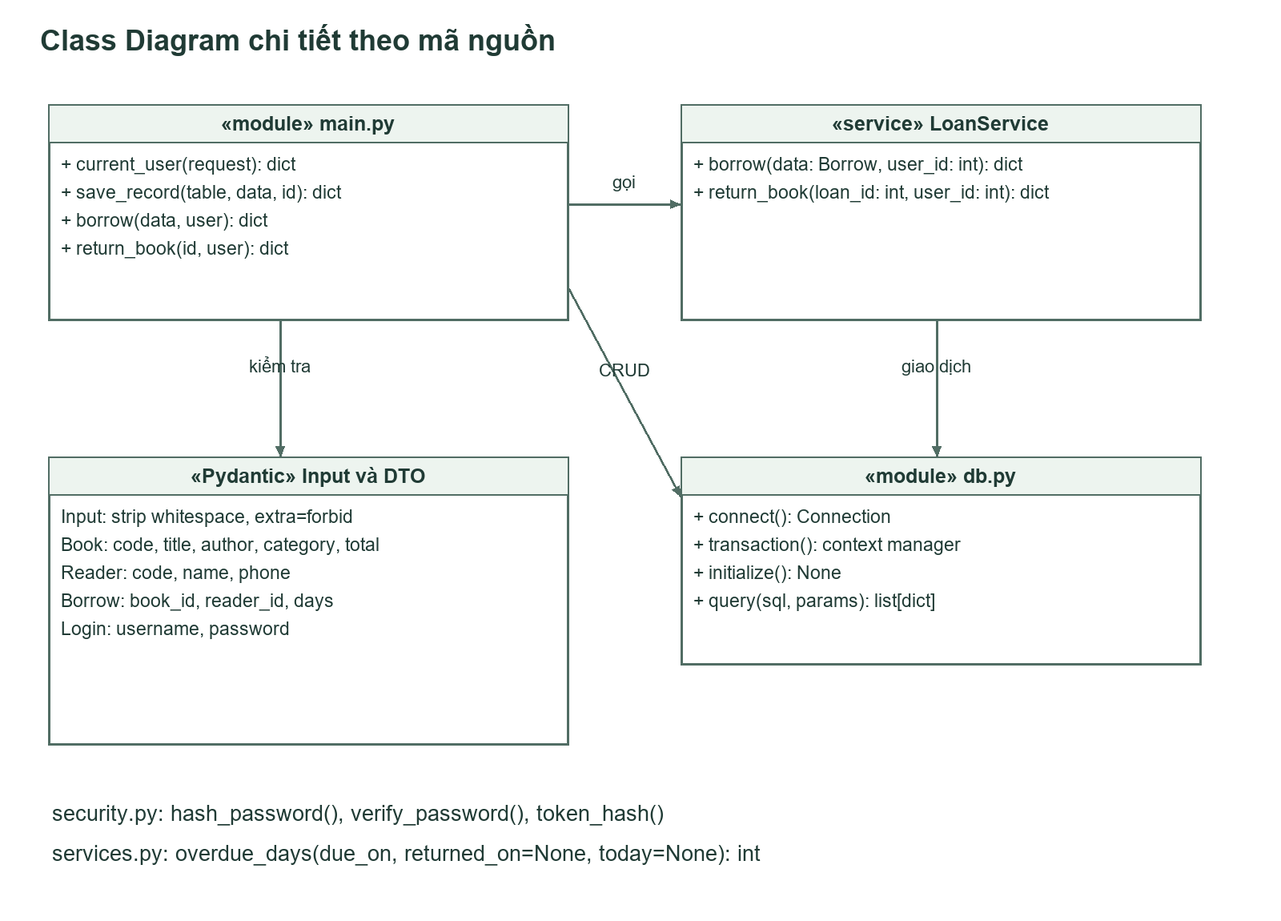
Before: docs/uml/06_design_class.png, a diagram exported from PlantUML (khoiln218/ThuVienMini). Its source is kept beside it as docs/uml/06_design_class.puml. Source of this version:
```plantuml
@startuml
skinparam defaultFontName Arial
skinparam shadowing false
class Main <<module>> {
 +current_user(request): dict
 +save_record(table, data, record_id): dict
 +borrow(data, user): dict
 +return_book(loan_id, user): dict
}
class LoanService {
 {static} +borrow(data: Borrow, user_id: int): dict
 {static} +return_book(loan_id: int, user_id: int): dict
}
class DB <<module>> {
 +connect(): Connection
 +transaction(): contextmanager
 +initialize(): None
 +query(sql, params): list
}
class Input {
 str_strip_whitespace = true
 extra = forbid
}
class Book {
 code: str[1..30]
 title: str[1..200]
 author: str[1..100]
 category: str[1..60]
 total: int[0..999]
}
class Reader {
 code: str[1..30]
 name: str[1..100]
 phone: str[0..20]
}
class Borrow {
 book_id: int > 0
 reader_id: int > 0
 days: int[1..30]
}
class Login {
 username: str
 password: str
}
Input <|-- Book
Input <|-- Reader
Input <|-- Borrow
Input <|-- Login
Main ..> LoanService
Main ..> Input
Main ..> DB
LoanService ..> DB
LoanService ..> Borrow
@enduml
```
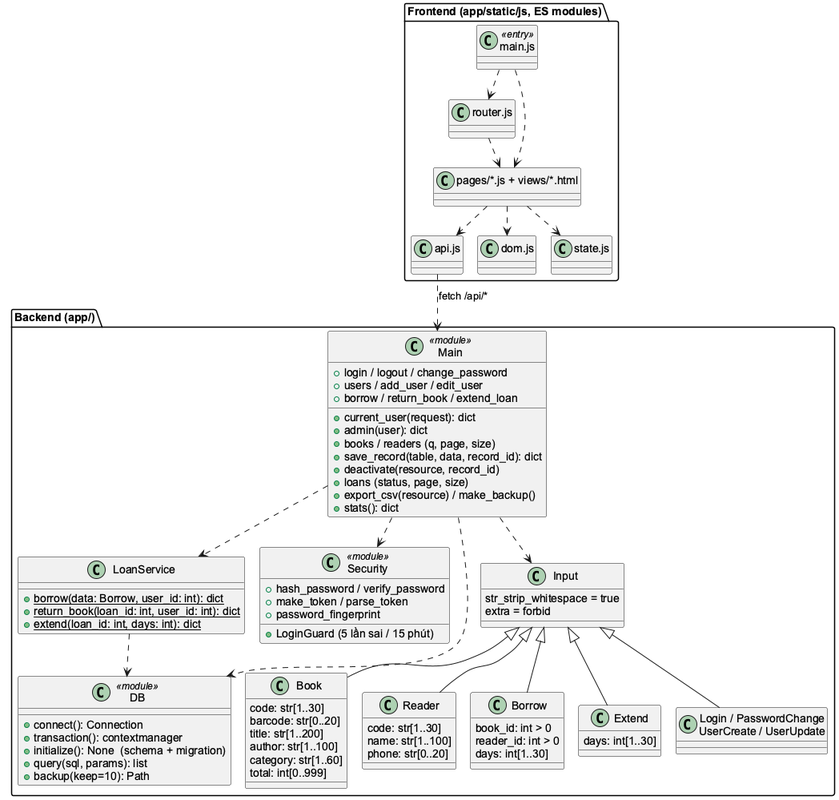
The same diagram one commit later.

The edit, as a diff of the source:
```diff
@@ -1,21 +1,37 @@
 @startuml
 skinparam defaultFontName Arial
 skinparam shadowing false
+package "Backend (app/)" {
 class Main <<module>> {
  +current_user(request): dict
+ +admin(user): dict
+ +login / logout / change_password
+ +users / add_user / edit_user
+ +books / readers (q, page, size)
  +save_record(table, data, record_id): dict
- +borrow(data, user): dict
- +return_book(loan_id, user): dict
+ +deactivate(resource, record_id)
+ +loans (status, page, size)
+ +borrow / return_book / extend_loan
+ +export_csv(resource) / make_backup()
+ +stats(): dict
 }
 class LoanService {
  {static} +borrow(data: Borrow, user_id: int): dict
  {static} +return_book(loan_id: int, user_id: int): dict
+ {static} +extend(loan_id: int, days: int): dict
+}
+class Security <<module>> {
+ +hash_password / verify_password
+ +make_token / parse_token
+ +password_fingerprint
+ +LoginGuard (5 lần sai / 15 phút)
 }
 class DB <<module>> {
  +connect(): Connection
  +transaction(): contextmanager
- +initialize(): None
+ +initialize(): None  (schema + migration)
  +query(sql, params): list
+ +backup(keep=10): Path
 }
 class Input {
  str_strip_whitespace = true
@@ -23,6 +39,7 @@
 }
 class Book {
  code: str[1..30]
+ barcode: str[0..20]
  title: str[1..200]
  author: str[1..100]
  category: str[1..60]
@@ -38,17 +55,34 @@
  reader_id: int > 0
  days: int[1..30]
 }
-class Login {
- username: str
- password: str
+class Extend {
+ days: int[1..30]
 }
+class "Login / PasswordChange\nUserCreate / UserUpdate" as Auth
 Input <|-- Book
 Input <|-- Reader
 Input <|-- Borrow
-Input <|-- Login
+Input <|-- Extend
+Input <|-- Auth
 Main ..> LoanService
+Main ..> Security
 Main ..> Input
 Main ..> DB
 LoanService ..> DB
-LoanService ..> Borrow
+}
+package "Frontend (app/static/js, ES modules)" {
+class "main.js" as FM <<entry>>
+class "router.js" as FR
+class "pages/*.js + views/*.html" as FP
+class "api.js" as FA
+class "dom.js" as FD
+class "state.js" as FS
+FM ..> FR
+FM ..> FP
+FR ..> FP
+FP ..> FA
+FP ..> FD
+FP ..> FS
+}
+FA ..> Main : fetch /api/*
 @enduml
```
